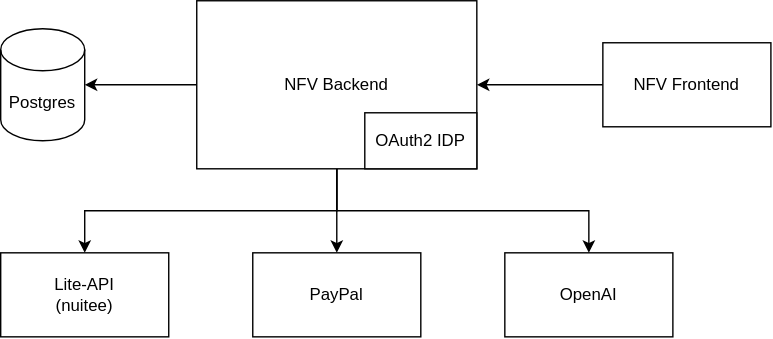
kehrbros/nofrustrationvacation keeps this draw.io diagram as Docs/resources/integration.svg. Above is the earlier version. Source tidied: cells renumbered, new cells last; positions are measured from the earlier drawing's top-left corner, leaving out a move shared by most shapes.
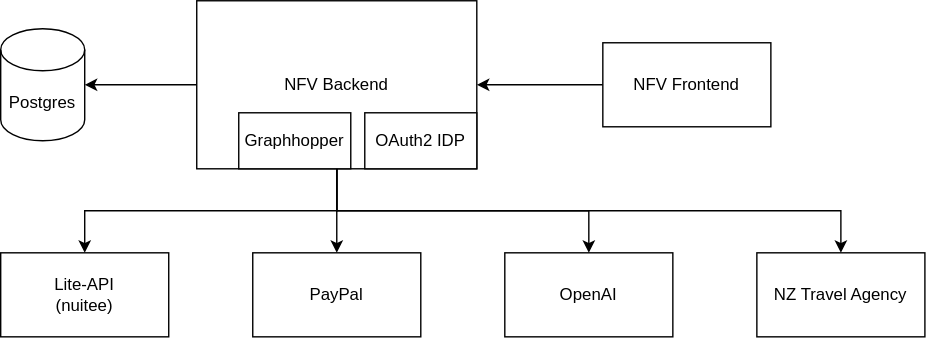
After the change.

Diff of the diagram source:
```diff
@@ -38,5 +38,14 @@
     <mxCell id="13" value="Postgres" style="shape=cylinder3;whiteSpace=wrap;html=1;boundedLbl=1;backgroundOutline=1;size=15;" parent="1" vertex="1">
       <mxGeometry y="20" width="60" height="80" as="geometry" />
     </mxCell>
+    <mxCell id="14" value="Graphhopper" style="rounded=0;whiteSpace=wrap;html=1;" parent="1" vertex="1">
+      <mxGeometry x="170" y="80" width="80" height="40" as="geometry" />
+    </mxCell>
+    <mxCell id="15" value="NZ Travel Agency" style="rounded=0;whiteSpace=wrap;html=1;" parent="1" vertex="1">
+      <mxGeometry x="540" y="180" width="120" height="60" as="geometry" />
+    </mxCell>
+    <mxCell id="16" style="edgeStyle=orthogonalEdgeStyle;rounded=0;jettySize=auto;html=1;exitX=0.5;exitY=1;exitDx=0;exitDy=0;defaultLabelBackgroundColor=page;entryX=0.5;entryY=0;entryDx=0;entryDy=0;" parent="1" edge="1" source="9" target="15">
+      <mxGeometry x="0.2" relative="1" as="geometry" />
+    </mxCell>
   </root>
 </mxGraphModel>
```
